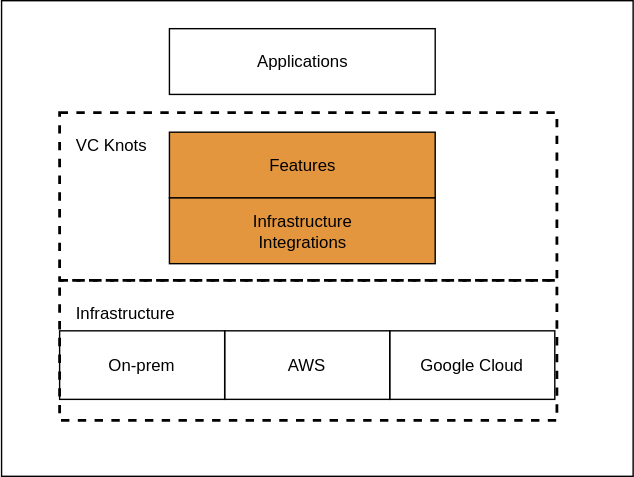
trustknots/vcknots keeps this draw.io diagram as docusaurus/static/img/docs/overview.drawio.svg. Above is the earlier version. Source tidied: cells renumbered, new cells last; positions are measured from the earlier drawing's top-left corner, leaving out a move shared by most shapes.
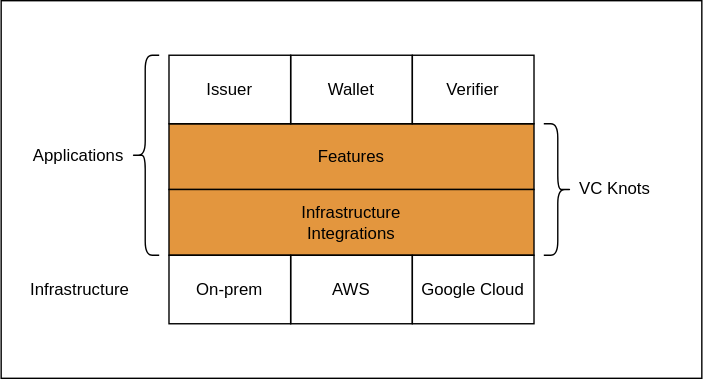
Later version of the same file.

Commit message:
docs(architecture-overview): address review comments

Diff of the diagram source:
```diff
@@ -3,31 +3,46 @@
     <mxCell id="0" />
     <mxCell id="1" parent="0" />
     <mxCell id="2" style="rounded=0;whiteSpace=wrap;html=1;" parent="1" vertex="1">
-      <mxGeometry x="0.5" width="451.5" height="340" as="geometry" />
+      <mxGeometry x="-28" y="7" width="501" height="270" as="geometry" />
     </mxCell>
-    <mxCell id="3" value="Infrastructure" style="rounded=0;whiteSpace=wrap;html=1;align=left;verticalAlign=top;spacingLeft=10;spacingTop=10;strokeColor=default;strokeWidth=2;fillColor=none;dashed=1;" parent="1" vertex="1">
-      <mxGeometry x="42" y="200" width="355.5" height="100" as="geometry" />
-    </mxCell>
-    <mxCell id="4" value="Applications" style="rounded=0;whiteSpace=wrap;html=1;align=center;verticalAlign=middle;fillColor=none;" parent="1" vertex="1">
-      <mxGeometry x="120.5" y="20" width="190" height="47" as="geometry" />
-    </mxCell>
-    <mxCell id="5" value="VC Knots" style="rounded=0;whiteSpace=wrap;html=1;align=left;verticalAlign=top;spacingLeft=10;spacingTop=10;strokeColor=default;strokeWidth=2;fillColor=none;dashed=1;" parent="1" vertex="1">
-      <mxGeometry x="42" y="80" width="355.5" height="120" as="geometry" />
-    </mxCell>
-    <mxCell id="6" value="Features" style="rounded=0;whiteSpace=wrap;html=1;align=center;verticalAlign=middle;fillColor=light-dark(#E3963E,#E3963E);" parent="1" vertex="1">
-      <mxGeometry x="120.5" y="94" width="190" height="47" as="geometry" />
+    <mxCell id="6" value="Features" style="rounded=0;whiteSpace=wrap;html=1;align=center;verticalAlign=middle;fillColor=light-dark(#E3963E,#E3963E);imageWidth=25;" parent="1" vertex="1">
+      <mxGeometry x="92" y="95" width="261" height="47" as="geometry" />
     </mxCell>
-    <mxCell id="7" value="Infrastructure&#10;Integrations" style="rounded=0;whiteSpace=wrap;html=1;align=center;verticalAlign=middle;fillColor=light-dark(#E3963E,#E3963E);" parent="1" vertex="1">
-      <mxGeometry x="120.5" y="141" width="190" height="47" as="geometry" />
+    <mxCell id="7" value="Infrastructure&#10;Integrations" style="rounded=0;whiteSpace=wrap;html=1;align=center;verticalAlign=middle;fillColor=light-dark(#E3963E,#E3963E);imageWidth=26;" parent="1" vertex="1">
+      <mxGeometry x="92" y="142" width="261" height="47" as="geometry" />
     </mxCell>
     <mxCell id="8" value="On-prem" style="rounded=0;whiteSpace=wrap;html=1;align=center;verticalAlign=middle;fillColor=none;" parent="1" vertex="1">
-      <mxGeometry x="42" y="236" width="118" height="49" as="geometry" />
+      <mxGeometry x="92" y="189" width="87" height="49" as="geometry" />
     </mxCell>
     <mxCell id="9" value="AWS" style="rounded=0;whiteSpace=wrap;html=1;align=center;verticalAlign=middle;fillColor=none;" parent="1" vertex="1">
-      <mxGeometry x="160" y="236" width="118" height="49" as="geometry" />
+      <mxGeometry x="179" y="189" width="87" height="49" as="geometry" />
     </mxCell>
     <mxCell id="10" value="Google Cloud" style="rounded=0;whiteSpace=wrap;html=1;align=center;verticalAlign=middle;fillColor=none;" parent="1" vertex="1">
-      <mxGeometry x="278" y="236" width="118" height="49" as="geometry" />
+      <mxGeometry x="266" y="189" width="87" height="49" as="geometry" />
     </mxCell>
+    <mxCell id="3" value="Infrastructure" style="rounded=0;whiteSpace=wrap;html=1;align=center;verticalAlign=middle;fillColor=none;strokeColor=none;" parent="1" vertex="1">
+      <mxGeometry x="-17" y="189" width="91" height="49" as="geometry" />
+    </mxCell>
+    <mxCell id="5" value="VC Knots" style="rounded=0;whiteSpace=wrap;html=1;align=center;verticalAlign=middle;fillColor=none;strokeColor=none;" parent="1" vertex="1">
+      <mxGeometry x="376" y="98" width="70" height="88" as="geometry" />
+    </mxCell>
+    <mxCell id="4" value="Applications" style="rounded=0;whiteSpace=wrap;html=1;align=center;verticalAlign=middle;fillColor=none;strokeColor=none;" parent="1" vertex="1">
+      <mxGeometry x="-17" y="93" width="89" height="49" as="geometry" />
+    </mxCell>
+    <mxCell id="11" value="Issuer" style="rounded=0;whiteSpace=wrap;html=1;align=center;verticalAlign=middle;fillColor=none;" parent="1" vertex="1">
+      <mxGeometry x="92" y="46" width="87" height="49" as="geometry" />
+    </mxCell>
+    <mxCell id="12" value="Wallet" style="rounded=0;whiteSpace=wrap;html=1;align=center;verticalAlign=middle;fillColor=none;" parent="1" vertex="1">
+      <mxGeometry x="179" y="46" width="87" height="49" as="geometry" />
+    </mxCell>
+    <mxCell id="13" value="Verifier" style="rounded=0;whiteSpace=wrap;html=1;align=center;verticalAlign=middle;fillColor=none;" parent="1" vertex="1">
+      <mxGeometry x="266" y="46" width="87" height="49" as="geometry" />
+    </mxCell>
+    <mxCell id="14" style="shape=curlyBracket;whiteSpace=wrap;html=1;rounded=1;labelPosition=left;verticalLabelPosition=middle;align=right;verticalAlign=middle;" parent="1" vertex="1">
+      <mxGeometry x="65" y="46" width="20" height="143" as="geometry" />
+    </mxCell>
+    <mxCell id="15" style="shape=curlyBracket;whiteSpace=wrap;html=1;rounded=1;labelPosition=left;verticalLabelPosition=middle;align=right;verticalAlign=middle;rotation=-180;" parent="1" vertex="1">
+      <mxGeometry x="360" y="95" width="20" height="94" as="geometry" />
+    </mxCell>
   </root>
 </mxGraphModel>
```
